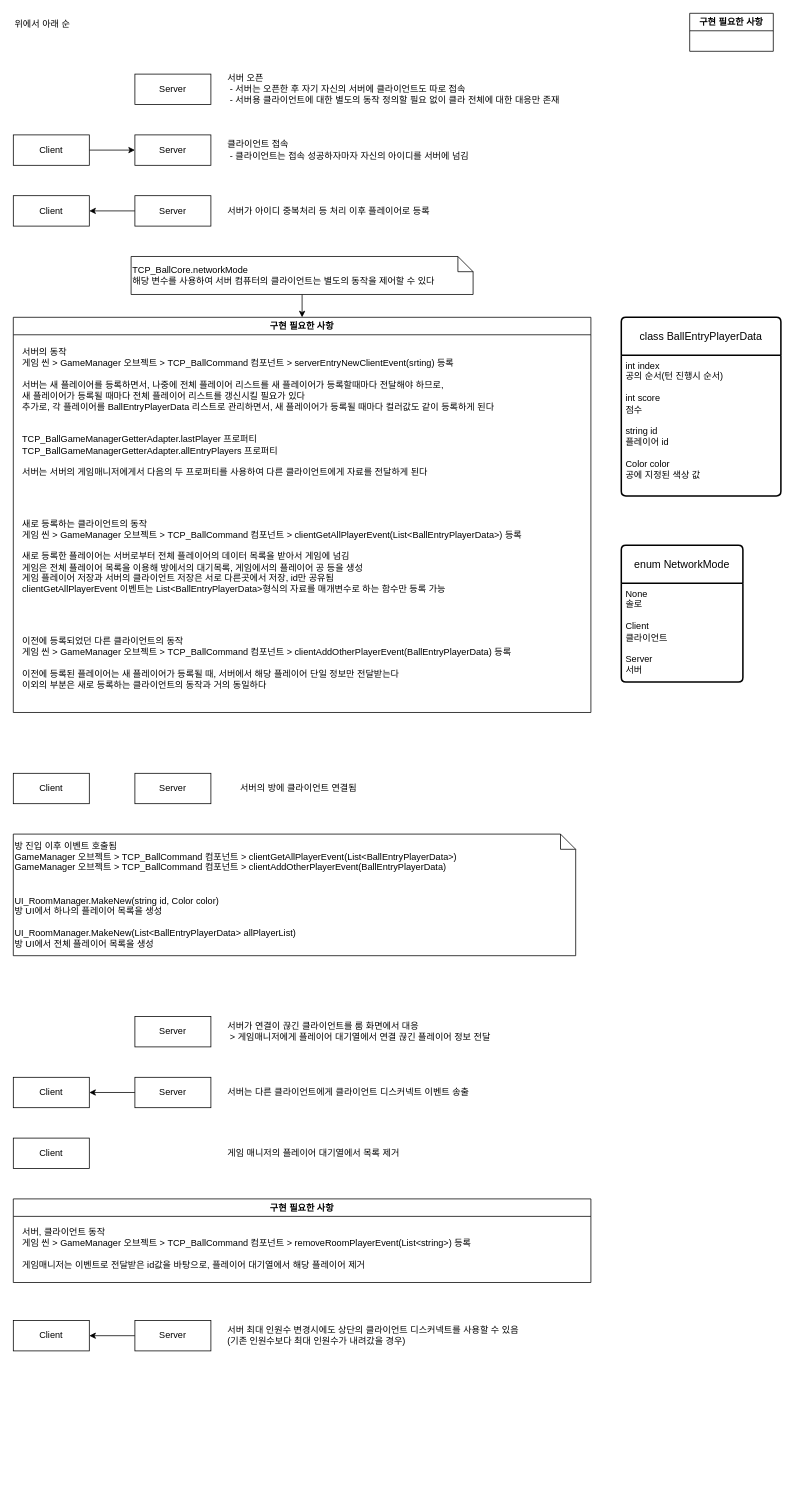
Earlier version of the draw.io diagram Docs/NetworkFlow.drawio (rasedole/Blind_Billiards). Source tidied: cells renumbered, new cells numbered last; positions are measured from the earlier drawing's top-left corner, leaving out a move shared by most shapes. Both pictures are drawn from the tidied source at 76%, with x=0, y=0 at pixel (13, 13).
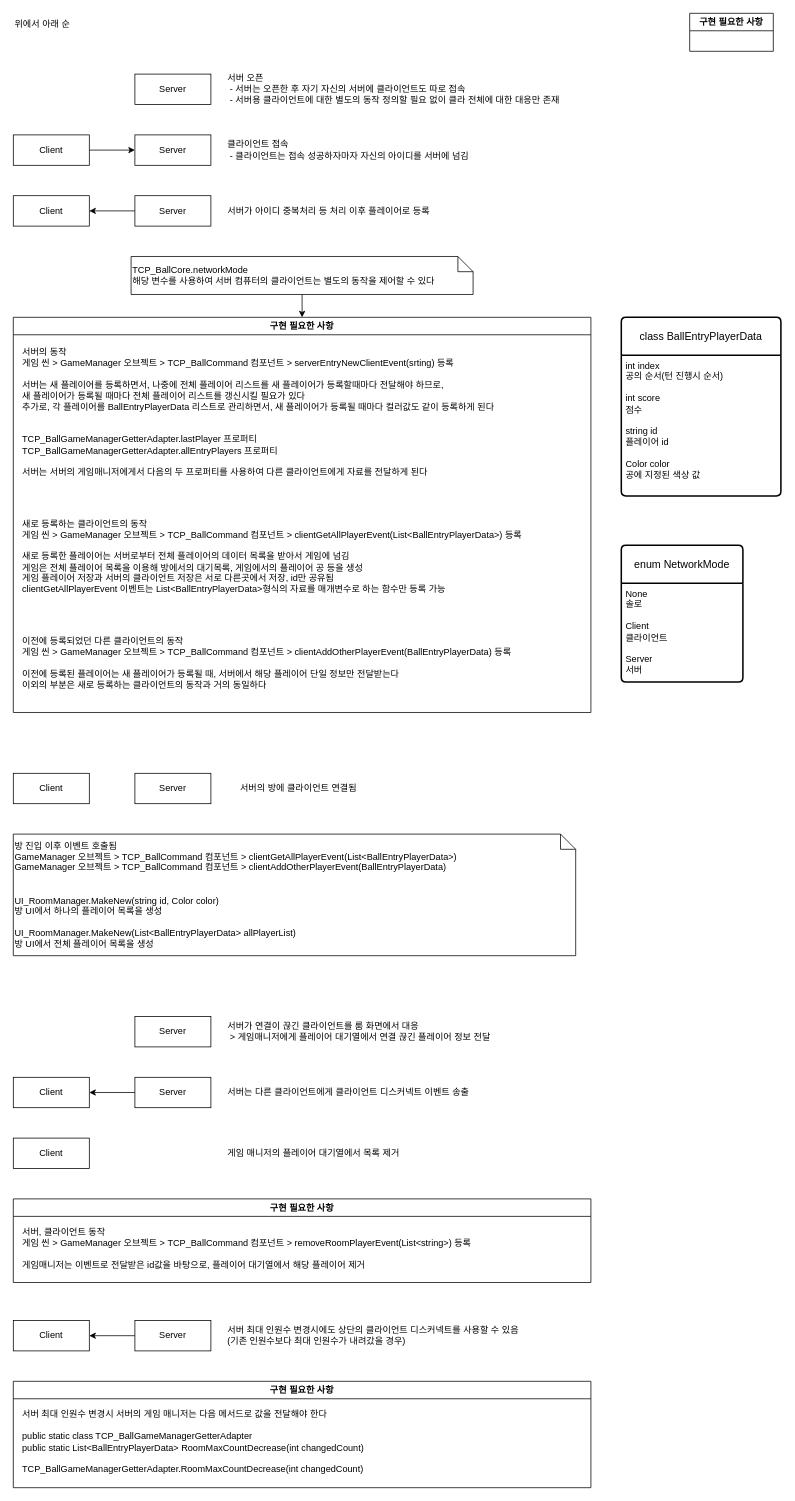
Above is the later version.

Diff of the diagram source:
```diff
@@
+    <mxCell id="42" value="구현 필요한 사항" style="swimlane;whiteSpace=wrap;html=1;" parent="1" vertex="1">
+      <mxGeometry y="1800" width="760" height="140" as="geometry" />
+    </mxCell>
+    <mxCell id="43" value="서버 최대 인원수 변경시 서버의 게임 매니저는 다음 메서드로 값을 전달해야 한다&lt;br&gt;&lt;br&gt;public static class TCP_BallGameManagerGetterAdapter&lt;br&gt;public static List&amp;lt;BallEntryPlayerData&amp;gt; RoomMaxCountDecrease(int changedCount)&lt;br&gt;&lt;br&gt;TCP_BallGameManagerGetterAdapter.RoomMaxCountDecrease(int changedCount)" style="text;html=1;align=left;verticalAlign=middle;strokeColor=none;fillColor=none;" parent="42" vertex="1">
+      <mxGeometry x="10" y="30" width="470" height="100" as="geometry" />
+    </mxCell>
```
